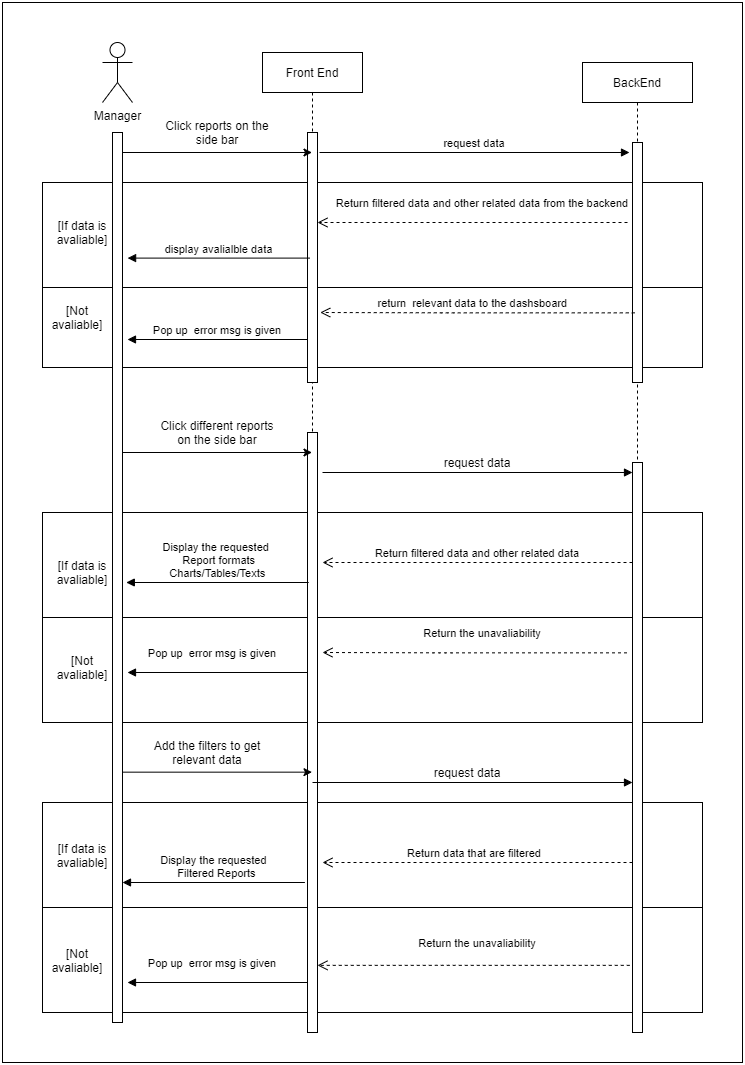
Above: Sequence Diagrams/Bug report.png in DiWeera98/IN2900Docs (draw.io), before the change. Source tidied: cells renumbered, new cells last; positions are measured from the earlier drawing's top-left corner, leaving out a move shared by most shapes.
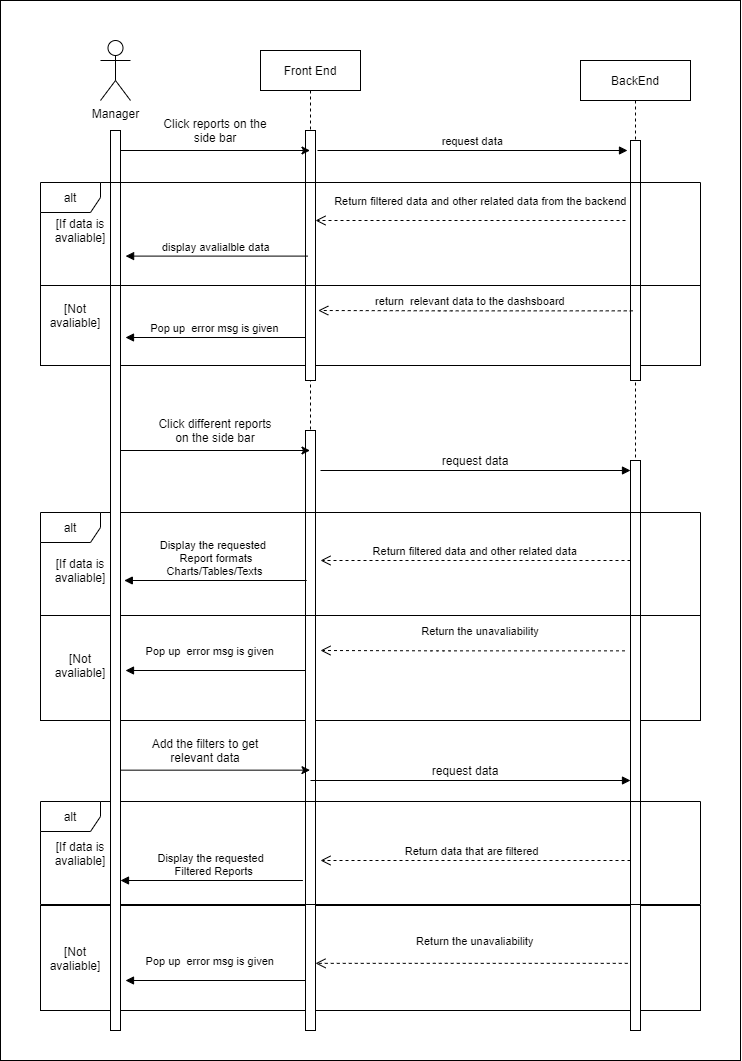
Later version of the same file.

What changed in the source:
```diff
@@ -8,30 +8,21 @@
     <mxCell id="3" style="rounded=0;whiteSpace=wrap;html=1;" parent="1" vertex="1">
       <mxGeometry x="40" y="905" width="660" height="105" as="geometry" />
     </mxCell>
-    <mxCell id="4" style="rounded=0;whiteSpace=wrap;html=1;" parent="1" vertex="1">
-      <mxGeometry x="40" y="800" width="660" height="105" as="geometry" />
-    </mxCell>
     <mxCell id="5" style="rounded=0;whiteSpace=wrap;html=1;" parent="1" vertex="1">
       <mxGeometry x="40" y="615" width="660" height="105" as="geometry" />
     </mxCell>
-    <mxCell id="6" style="rounded=0;whiteSpace=wrap;html=1;" parent="1" vertex="1">
-      <mxGeometry x="40" y="510" width="660" height="105" as="geometry" />
-    </mxCell>
-    <mxCell id="7" style="rounded=0;whiteSpace=wrap;html=1;" parent="1" vertex="1">
-      <mxGeometry x="40" y="180" width="660" height="105" as="geometry" />
-    </mxCell>
     <mxCell id="8" style="rounded=0;whiteSpace=wrap;html=1;" parent="1" vertex="1">
       <mxGeometry x="40" y="285" width="660" height="80" as="geometry" />
     </mxCell>
     <mxCell id="9" value="Front End" style="shape=umlLifeline;perimeter=lifelinePerimeter;rounded=0;shadow=0;strokeWidth=1;" parent="1" vertex="1">
       <mxGeometry x="260" y="50" width="100" height="980" as="geometry" />
     </mxCell>
+    <mxCell id="11" style="points=[];perimeter=orthogonalPerimeter;rounded=0;shadow=0;strokeWidth=1;" parent="9" vertex="1">
+      <mxGeometry x="45" y="380" width="10" height="600" as="geometry" />
+    </mxCell>
     <mxCell id="10" style="points=[];perimeter=orthogonalPerimeter;rounded=0;shadow=0;strokeWidth=1;" parent="9" vertex="1">
       <mxGeometry x="45" y="80" width="10" height="250" as="geometry" />
     </mxCell>
-    <mxCell id="11" style="points=[];perimeter=orthogonalPerimeter;rounded=0;shadow=0;strokeWidth=1;" parent="9" vertex="1">
-      <mxGeometry x="45" y="380" width="10" height="600" as="geometry" />
-    </mxCell>
     <mxCell id="12" value="BackEnd" style="shape=umlLifeline;perimeter=lifelinePerimeter;rounded=0;shadow=0;strokeWidth=1;" parent="1" vertex="1">
       <mxGeometry x="580" y="60" width="110" height="970" as="geometry" />
     </mxCell>
@@ -62,9 +53,6 @@
         </Array>
       </mxGeometry>
     </mxCell>
-    <mxCell id="19" style="rounded=0;whiteSpace=wrap;html=1;" parent="1" vertex="1">
-      <mxGeometry x="110" y="130" width="10" height="890" as="geometry" />
-    </mxCell>
     <mxCell id="20" value="Return filtered data and other related data from the backend" style="verticalAlign=bottom;endArrow=open;dashed=1;endSize=8;exitX=0;exitY=0.95;shadow=0;strokeWidth=1;" parent="1" edge="1">
       <mxGeometry x="-0.06" y="-10" relative="1" as="geometry">
         <mxPoint x="625" y="220" as="sourcePoint" />
@@ -193,5 +181,17 @@
         <mxPoint x="125" y="980" as="targetPoint" />
       </mxGeometry>
     </mxCell>
+    <mxCell id="46" value="alt" style="shape=umlFrame;whiteSpace=wrap;html=1;" parent="1" vertex="1">
+      <mxGeometry x="40" y="512" width="660" height="103" as="geometry" />
+    </mxCell>
+    <mxCell id="47" value="alt" style="shape=umlFrame;whiteSpace=wrap;html=1;" parent="1" vertex="1">
+      <mxGeometry x="40" y="801" width="660" height="103" as="geometry" />
+    </mxCell>
+    <mxCell id="19" style="rounded=0;whiteSpace=wrap;html=1;" parent="1" vertex="1">
+      <mxGeometry x="110" y="130" width="10" height="900" as="geometry" />
+    </mxCell>
+    <mxCell id="48" value="alt" style="shape=umlFrame;whiteSpace=wrap;html=1;" parent="1" vertex="1">
+      <mxGeometry x="40" y="182" width="660" height="103" as="geometry" />
+    </mxCell>
   </root>
 </mxGraphModel>
```
